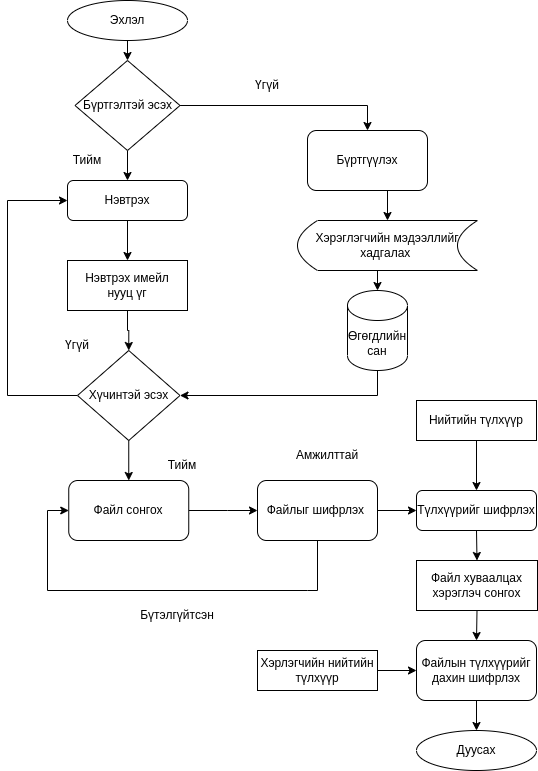
Above: Figures/system_schemes/delegator.drawio.png in myagmartseren/pre_report (draw.io), before the change. Source tidied: cells renumbered, new cells last; positions are measured from the earlier drawing's top-left corner, leaving out a move shared by most shapes.
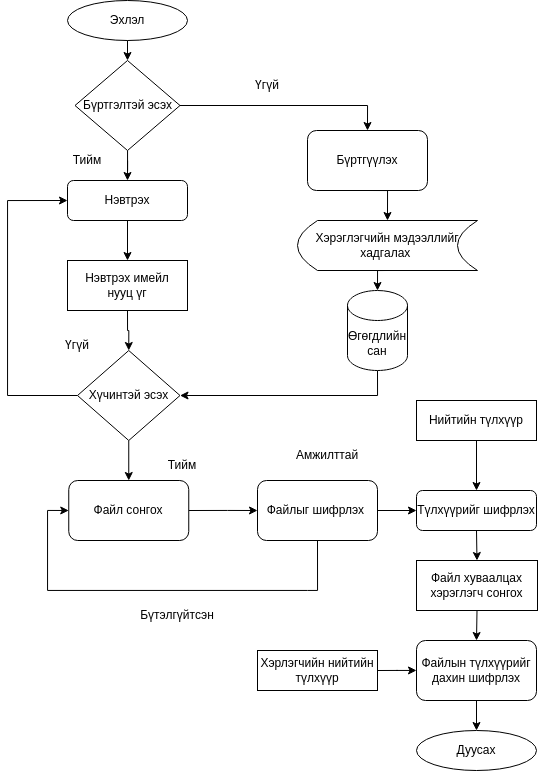
Later version of the same file.

The edit, as a diff of the source:
```diff
@@ -75,7 +75,7 @@
     <mxCell id="20" style="edgeStyle=orthogonalEdgeStyle;rounded=0;jettySize=auto;html=1;exitX=0.5;exitY=1;exitDx=0;exitDy=0;entryX=0.5;entryY=0;entryDx=0;entryDy=0;" parent="1" edge="1" source="21" target="23">
       <mxGeometry relative="1" as="geometry" />
     </mxCell>
-    <mxCell id="21" value="Файл хуваалцах хэрэглэч сонгох" style="rounded=0;whiteSpace=wrap;html=1;" parent="1" vertex="1">
+    <mxCell id="21" value="Файл хуваалцах хэрэглэгч сонгох" style="rounded=0;whiteSpace=wrap;html=1;" parent="1" vertex="1">
       <mxGeometry x="409" y="560" width="121" height="50" as="geometry" />
     </mxCell>
     <mxCell id="22" style="edgeStyle=orthogonalEdgeStyle;rounded=0;jettySize=auto;html=1;" parent="1" edge="1" source="23" target="26">
```
